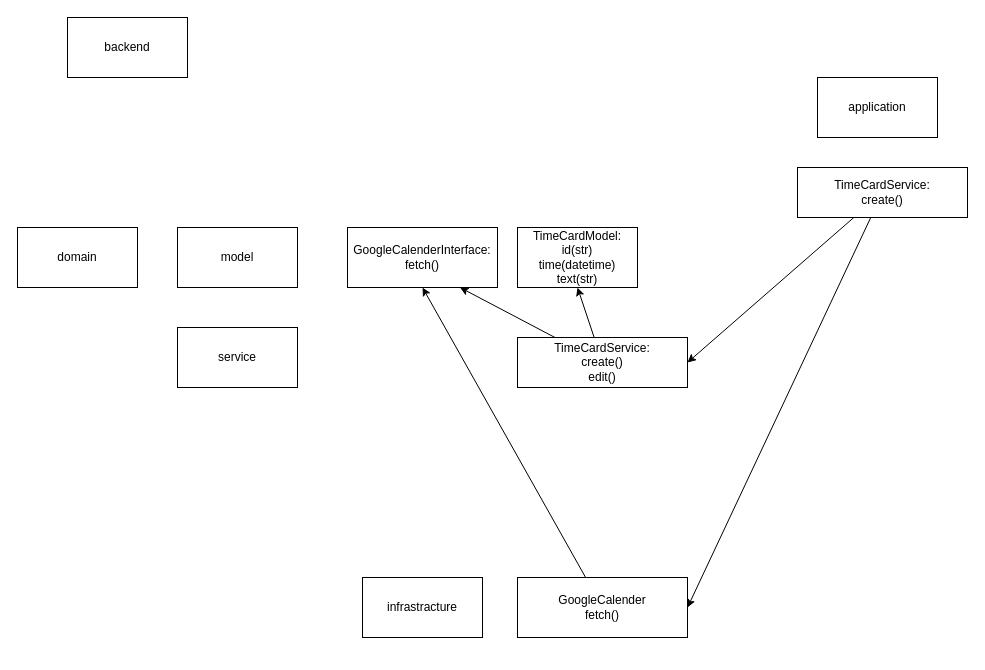
The draw.io diagram app/docs/architecture.drawio in rkunihisa/KNZN-CleanArchitecture, before the edit. Source tidied: cells renumbered, new cells numbered last; positions are measured from the earlier drawing's top-left corner, leaving out a move shared by most shapes. Both pictures are drawn from the tidied source at 100%, with x=0, y=0 at pixel (17, 17).
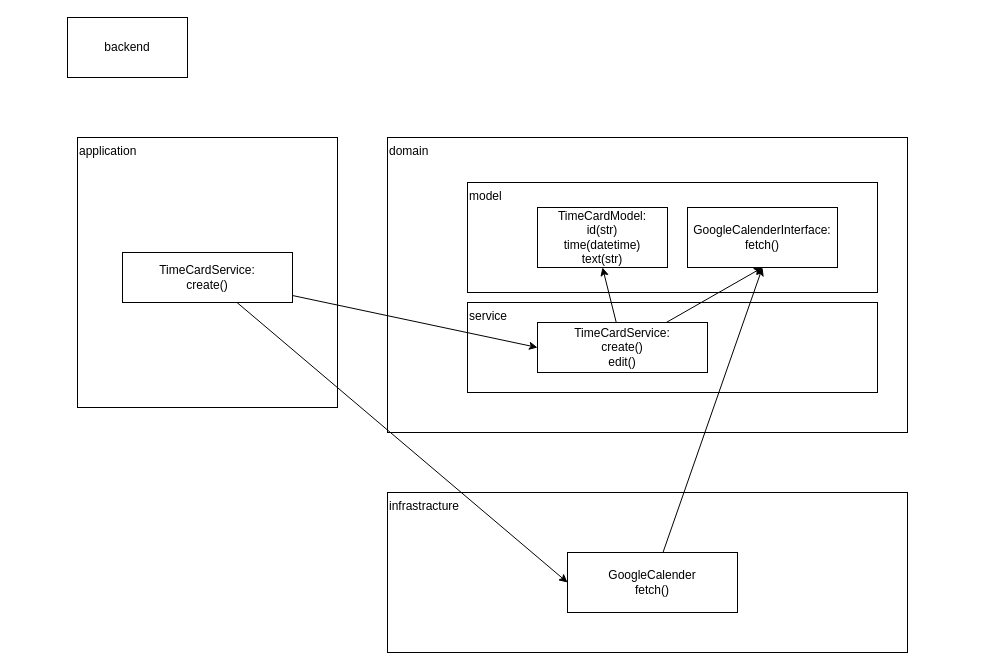
After the change.

Commit message (it also covers changes not shown here):
add: Integrate Google Calendar API and update architecture

Diff of the diagram source:
```diff
@@
 <mxGraphModel>
   <root>
     <mxCell id="0" />
     <mxCell id="1" parent="0" />
-    <mxCell id="2" value="application" style="rounded=0;whiteSpace=wrap;html=1;" parent="1" vertex="1">
-      <mxGeometry x="800" y="60" width="120" height="60" as="geometry" />
+    <mxCell id="2" value="application" style="rounded=0;whiteSpace=wrap;html=1;align=left;verticalAlign=top;" parent="1" vertex="1">
+      <mxGeometry x="60" y="120" width="260" height="270" as="geometry" />
     </mxCell>
-    <mxCell id="3" value="domain" style="rounded=0;whiteSpace=wrap;html=1;" parent="1" vertex="1">
-      <mxGeometry y="210" width="120" height="60" as="geometry" />
+    <mxCell id="3" value="domain" style="rounded=0;whiteSpace=wrap;html=1;align=left;verticalAlign=top;" parent="1" vertex="1">
+      <mxGeometry x="370" y="120" width="520" height="295" as="geometry" />
     </mxCell>
-    <mxCell id="4" value="infrastracture" style="rounded=0;whiteSpace=wrap;html=1;" parent="1" vertex="1">
-      <mxGeometry x="345" y="560" width="120" height="60" as="geometry" />
+    <mxCell id="4" value="infrastracture" style="rounded=0;whiteSpace=wrap;html=1;align=left;verticalAlign=top;" parent="1" vertex="1">
+      <mxGeometry x="370" y="475" width="520" height="160" as="geometry" />
     </mxCell>
-    <mxCell id="5" value="GoogleCalenderInterface:&lt;div&gt;fetch()&lt;/div&gt;" style="rounded=0;whiteSpace=wrap;html=1;" parent="1" vertex="1">
-      <mxGeometry x="330" y="210" width="150" height="60" as="geometry" />
-    </mxCell>
-    <mxCell id="6" style="edgeStyle=none;html=1;entryX=0.5;entryY=1;entryDx=0;entryDy=0;" parent="1" edge="1" source="7" target="5">
-      <mxGeometry relative="1" as="geometry" />
-    </mxCell>
+    <mxCell id="9" value="model" style="rounded=0;whiteSpace=wrap;html=1;align=left;verticalAlign=top;" parent="1" vertex="1">
+      <mxGeometry x="450" y="165" width="410" height="110" as="geometry" />
+    </mxCell>
     <mxCell id="7" value="GoogleCalender&lt;div&gt;fetch()&lt;/div&gt;" style="rounded=0;whiteSpace=wrap;html=1;" parent="1" vertex="1">
-      <mxGeometry x="500" y="560" width="170" height="60" as="geometry" />
+      <mxGeometry x="550" y="535" width="170" height="60" as="geometry" />
     </mxCell>
     <mxCell id="8" value="backend" style="rounded=0;whiteSpace=wrap;html=1;" parent="1" vertex="1">
       <mxGeometry x="50" width="120" height="60" as="geometry" />
     </mxCell>
-    <mxCell id="9" value="model" style="rounded=0;whiteSpace=wrap;html=1;" parent="1" vertex="1">
-      <mxGeometry x="160" y="210" width="120" height="60" as="geometry" />
-    </mxCell>
-    <mxCell id="10" value="service" style="rounded=0;whiteSpace=wrap;html=1;" parent="1" vertex="1">
-      <mxGeometry x="160" y="310" width="120" height="60" as="geometry" />
+    <mxCell id="10" value="service" style="rounded=0;whiteSpace=wrap;html=1;align=left;verticalAlign=top;" parent="1" vertex="1">
+      <mxGeometry x="450" y="285" width="410" height="90" as="geometry" />
     </mxCell>
     <mxCell id="11" style="edgeStyle=none;html=1;entryX=0.5;entryY=1;entryDx=0;entryDy=0;" parent="1" edge="1" source="13" target="14">
       <mxGeometry relative="1" as="geometry" />
     </mxCell>
-    <mxCell id="12" style="edgeStyle=none;html=1;entryX=0.75;entryY=1;entryDx=0;entryDy=0;" parent="1" edge="1" source="13" target="5">
+    <mxCell id="12" style="edgeStyle=none;html=1;entryX=0.5;entryY=1;entryDx=0;entryDy=0;" parent="1" edge="1" source="13" target="5">
       <mxGeometry relative="1" as="geometry" />
     </mxCell>
     <mxCell id="13" value="TimeCardService:&lt;div&gt;create()&lt;/div&gt;&lt;div&gt;edit()&lt;/div&gt;" style="rounded=0;whiteSpace=wrap;html=1;" parent="1" vertex="1">
-      <mxGeometry x="500" y="320" width="170" height="50" as="geometry" />
+      <mxGeometry x="520" y="305" width="170" height="50" as="geometry" />
     </mxCell>
     <mxCell id="14" value="TimeCardModel:&lt;div&gt;&lt;font color=&quot;#000000&quot;&gt;id(str)&lt;br&gt;&lt;/font&gt;&lt;div&gt;time(datetime)&lt;/div&gt;&lt;/div&gt;&lt;div&gt;text(str)&lt;/div&gt;" style="rounded=0;whiteSpace=wrap;html=1;" parent="1" vertex="1">
-      <mxGeometry x="500" y="210" width="120" height="60" as="geometry" />
+      <mxGeometry x="520" y="190" width="130" height="60" as="geometry" />
     </mxCell>
-    <mxCell id="15" style="edgeStyle=none;html=1;entryX=1;entryY=0.5;entryDx=0;entryDy=0;" parent="1" edge="1" source="17" target="13">
+    <mxCell id="15" style="edgeStyle=none;html=1;entryX=0;entryY=0.5;entryDx=0;entryDy=0;" parent="1" edge="1" source="17" target="13">
       <mxGeometry relative="1" as="geometry" />
     </mxCell>
-    <mxCell id="16" style="edgeStyle=none;html=1;entryX=1;entryY=0.5;entryDx=0;entryDy=0;" parent="1" edge="1" source="17" target="7">
+    <mxCell id="16" style="edgeStyle=none;html=1;entryX=0;entryY=0.5;entryDx=0;entryDy=0;" parent="1" edge="1" source="17" target="7">
       <mxGeometry relative="1" as="geometry" />
     </mxCell>
     <mxCell id="17" value="TimeCardService:&lt;div&gt;create()&lt;/div&gt;" style="rounded=0;whiteSpace=wrap;html=1;" parent="1" vertex="1">
-      <mxGeometry x="780" y="150" width="170" height="50" as="geometry" />
+      <mxGeometry x="105" y="235" width="170" height="50" as="geometry" />
     </mxCell>
+    <mxCell id="5" value="GoogleCalenderInterface:&lt;div&gt;fetch()&lt;/div&gt;" style="rounded=0;whiteSpace=wrap;html=1;" parent="1" vertex="1">
+      <mxGeometry x="670" y="190" width="150" height="60" as="geometry" />
+    </mxCell>
+    <mxCell id="6" style="edgeStyle=none;html=1;entryX=0.5;entryY=1;entryDx=0;entryDy=0;" parent="1" edge="1" source="7" target="5">
+      <mxGeometry relative="1" as="geometry" />
+    </mxCell>
   </root>
 </mxGraphModel>
```
